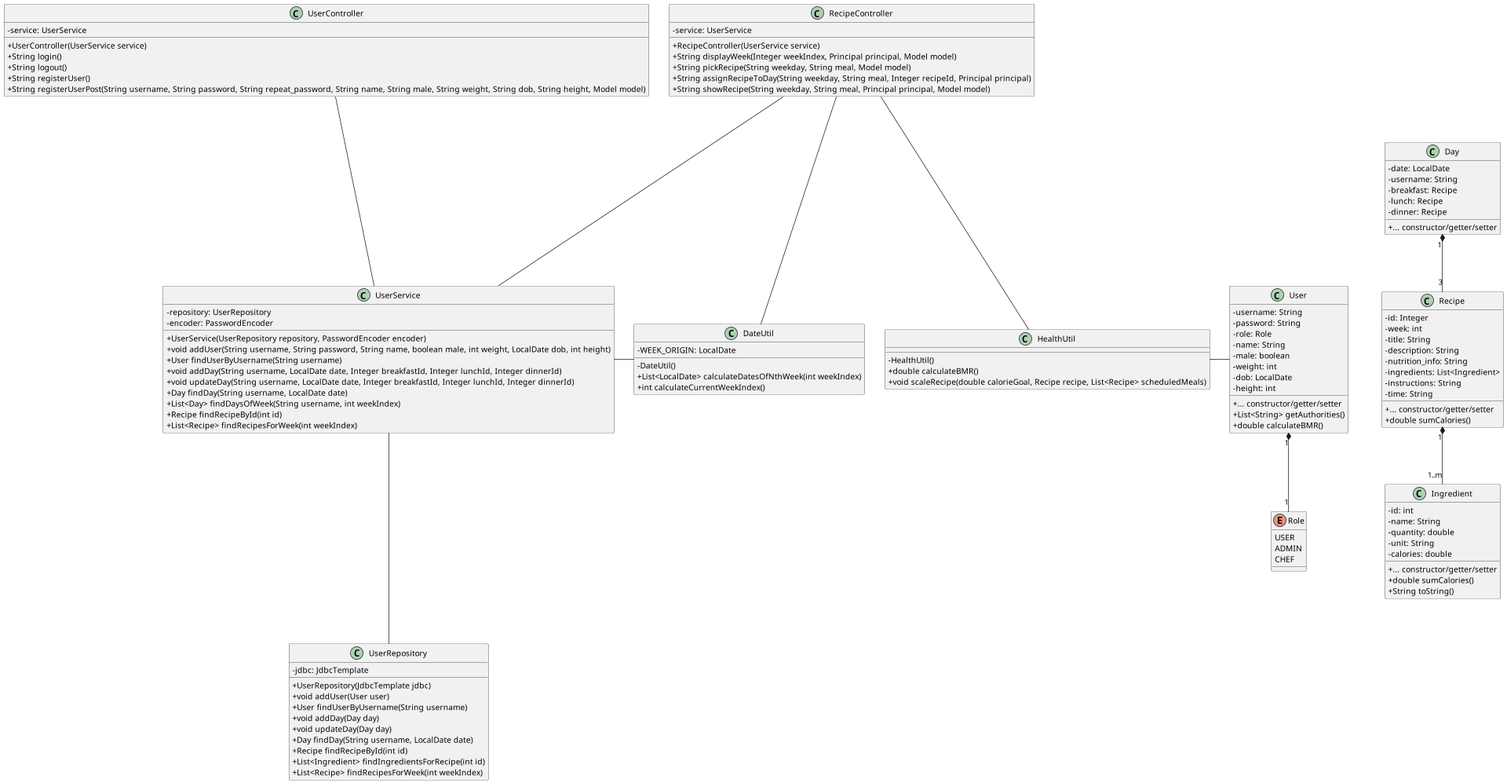
Above: diagram/class-diagram.png in sofush/kostplan (PlantUML), before the change. The source it was exported from:
```plantuml
@startuml
scale 1920*1080
skinparam classAttributeIconSize 0
enum Role {
	USER
	ADMIN
	CHEF
}
class User {
	- username: String
	- password: String
	- role: Role
	- name: String
	- male: boolean
	- weight: int
	- dob: LocalDate
	- height: int
	{method} + ... constructor/getter/setter
	+ List<String> getAuthorities()
	+ double calculateBMR()
}
class Day {
	- date: LocalDate
	- username: String
	- breakfast: Recipe
	- lunch: Recipe
	- dinner: Recipe
	{method} + ... constructor/getter/setter
}
class Recipe {
	- id: Integer
	- week: int
	- title: String
	- description: String
	- nutrition_info: String
	- ingredients: List<Ingredient>
	- instructions: String
	- time: String
	{method} + ... constructor/getter/setter
	+ double sumCalories()
}
class Ingredient {
	- id: int
	- name: String
	- quantity: double
	- unit: String
	- calories: double
	{method} + ... constructor/getter/setter
	+ double sumCalories()
	+ String toString()
}
class UserController {
	- service: UserService
	+ UserController(UserService service)
	+ String login()
	+ String logout()
	+ String registerUser()
	+ String registerUserPost(String username, String password, String repeat_password, String name, String male, String weight, String dob, String height, Model model)
}
class RecipeController {
	- service: UserService
	+ RecipeController(UserService service)
	+ String displayWeek(Integer weekIndex, Principal principal, Model model)
	+ String pickRecipe(String weekday, String meal, Model model)
	+ String assignRecipeToDay(String weekday, String meal, Integer recipeId, Principal principal)
	+ String showRecipe(String weekday, String meal, Principal principal, Model model)
}
class UserService {
	- repository: UserRepository
	- encoder: PasswordEncoder
	+ UserService(UserRepository repository, PasswordEncoder encoder)
	+ void addUser(String username, String password, String name, boolean male, int weight, LocalDate dob, int height)
	+ User findUserByUsername(String username)
	+ void addDay(String username, LocalDate date, Integer breakfastId, Integer lunchId, Integer dinnerId)
	+ void updateDay(String username, LocalDate date, Integer breakfastId, Integer lunchId, Integer dinnerId)
	+ Day findDay(String username, LocalDate date)
	+ List<Day> findDaysOfWeek(String username, int weekIndex)
	+ Recipe findRecipeById(int id)
	+ List<Recipe> findRecipesForWeek(int weekIndex)
}
class UserRepository {
	- jdbc: JdbcTemplate
	+ UserRepository(JdbcTemplate jdbc)
	+ void addUser(User user)
	+ User findUserByUsername(String username)
	+ void addDay(Day day)
	+ void updateDay(Day day)
	+ Day findDay(String username, LocalDate date)
	+ Recipe findRecipeById(int id)
	+ List<Ingredient> findIngredientsForRecipe(int id)
	+ List<Recipe> findRecipesForWeek(int weekIndex)
}
class HealthUtil {
	- HealthUtil()
	+ double calculateBMR()
	+ void scaleRecipe(double calorieGoal, Recipe recipe, List<Recipe> scheduledMeals)
}
class DateUtil {
	- WEEK_ORIGIN: LocalDate
	- DateUtil()
	+ List<LocalDate> calculateDatesOfNthWeek(int weekIndex)
	+ int calculateCurrentWeekIndex()
}

UserController --- UserService
RecipeController --- UserService
UserService --- UserRepository

RecipeController --- DateUtil
RecipeController --- HealthUtil
UserService -r-- DateUtil
HealthUtil -r-- User

User " 1" *-- " 1" Role
Day " 1" *-- " 3" Recipe
Recipe " 1" *-- " 1..m" Ingredient

User -r[hidden]-- Recipe
@enduml
```
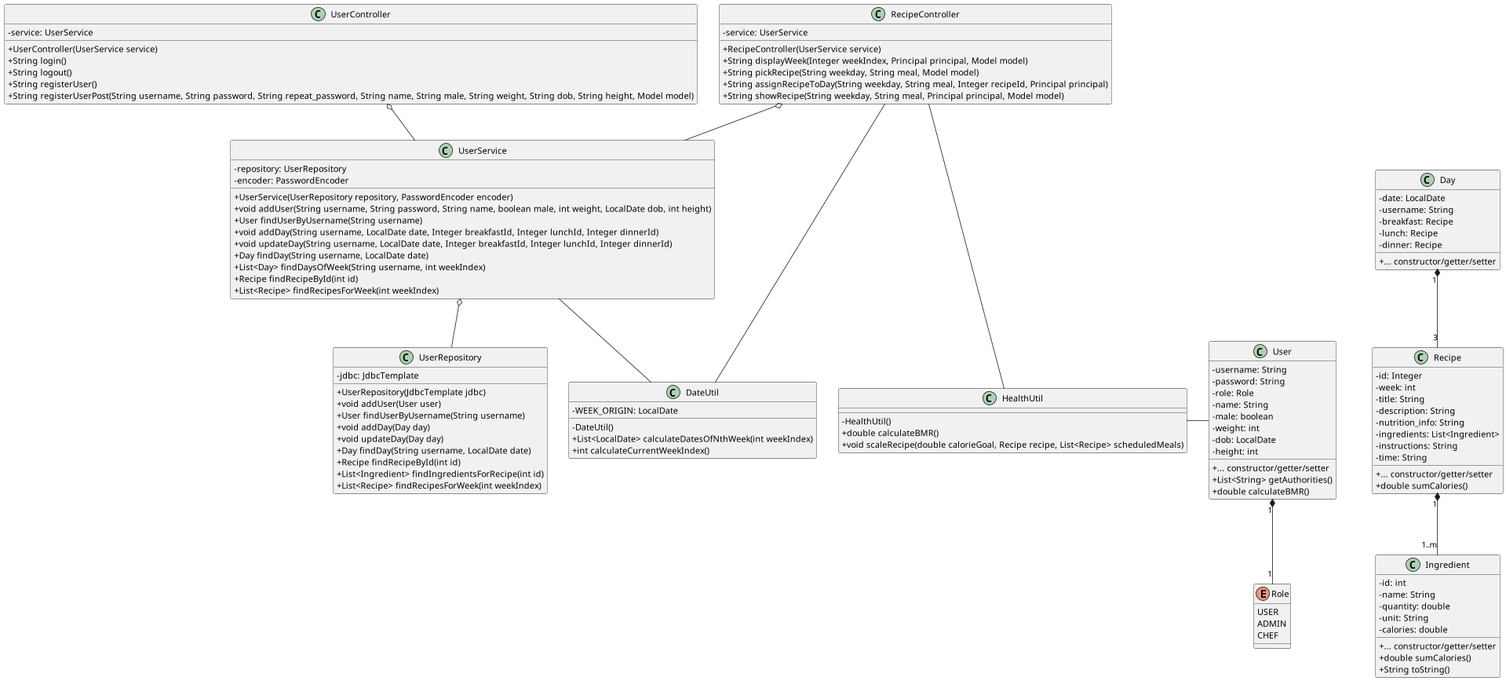
The same diagram one commit later.

Commit message:
docs: populate parameter list in HealthUtil.calculateBMR()

What changed in the source:
```diff
@@ -102,9 +102,9 @@
 	+ int calculateCurrentWeekIndex()
 }
 
-UserController --- UserService
-RecipeController --- UserService
-UserService --- UserRepository
+UserController o-- UserService
+UserService o-- UserRepository
+RecipeController o-- UserService
 
 RecipeController --- DateUtil
 RecipeController --- HealthUtil
```
